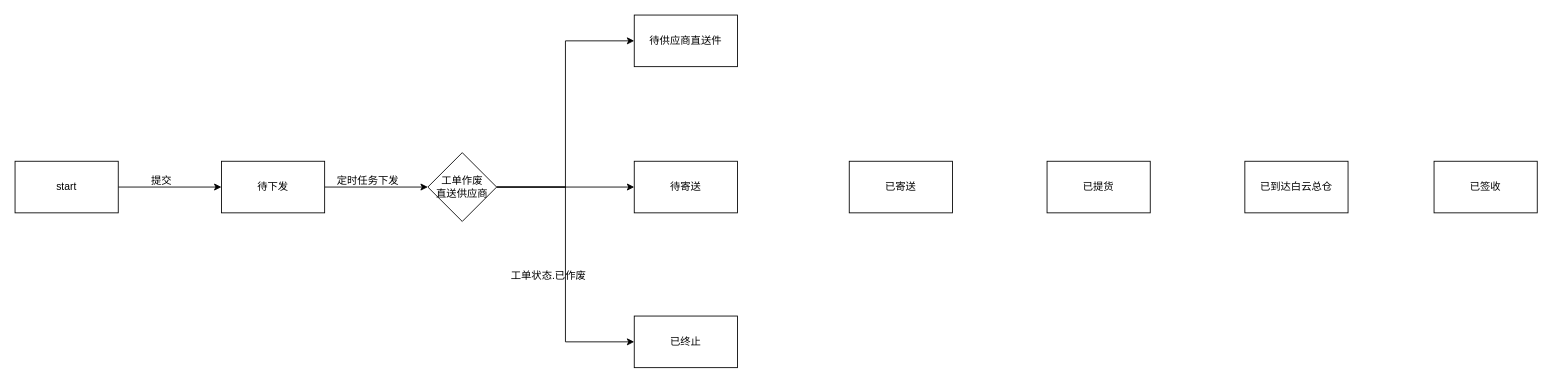
Before: 零件回收主单状态迁移图.drawio in 1132489442/designer, a draw.io diagram. Source tidied: cells renumbered, new cells numbered last; positions are measured from the earlier drawing's top-left corner, leaving out a move shared by most shapes. Both pictures are drawn from the tidied source at 86%, with x=0, y=0 at pixel (15, 15).
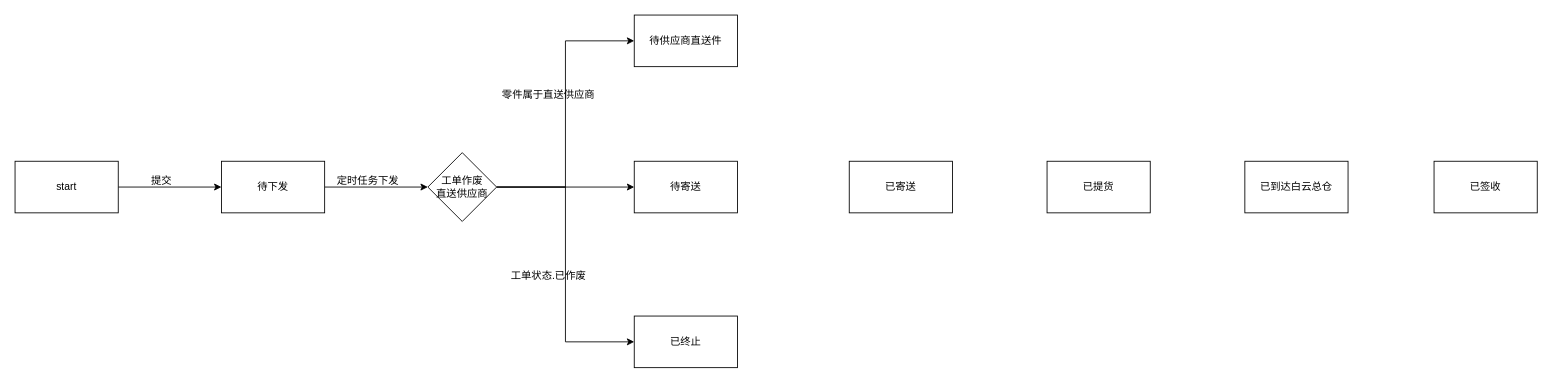
After the change.

Commit message (it also covers changes not shown here):
更新零件回收主单状态迁移图.drawio

The edit, as a diff of the source:
```diff
@@
+    <mxCell id="20" value="零件属于直送供应商" style="text;html=1;align=center;verticalAlign=middle;strokeColor=none;fillColor=none;" parent="1" vertex="1">
+      <mxGeometry x="555" y="78" width="130" height="30" as="geometry" />
+    </mxCell>
```
